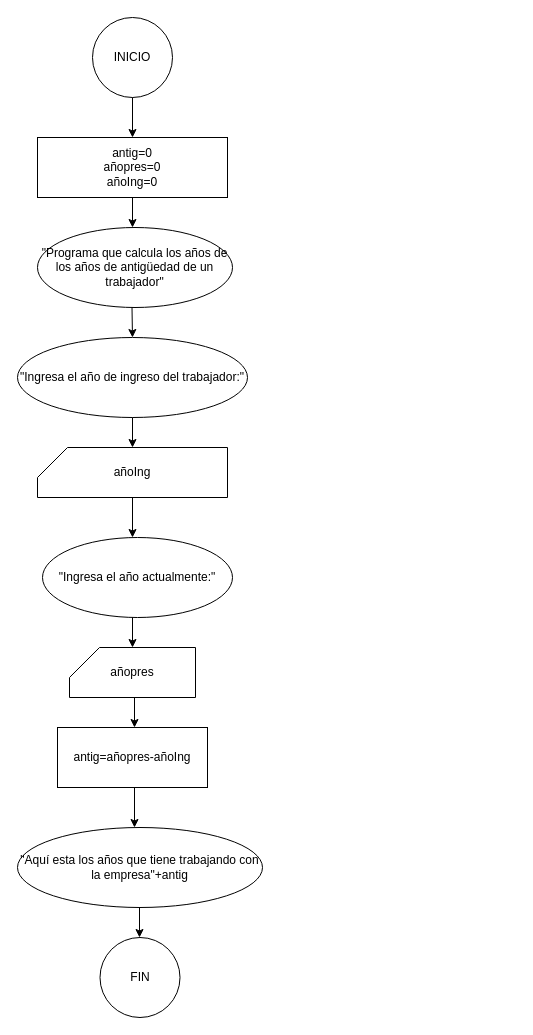
Before: Untitled Diagram.drawio in GhostDopFerB/dwdwd, a draw.io diagram. Source tidied: cells renumbered, new cells numbered last; positions are measured from the earlier drawing's top-left corner, leaving out a move shared by most shapes. Both pictures are drawn from the tidied source at 100%, with x=0, y=0 at pixel (17, 17).
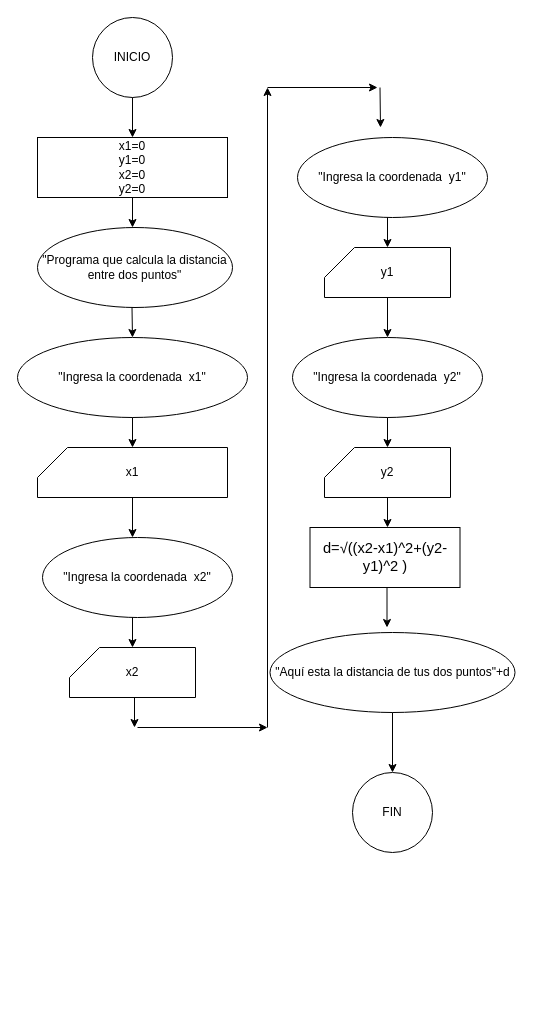
The same diagram, later.

Change to the diagram source:
```diff
@@
-    <mxCell id="4" value="antig=0&lt;br&gt;añopres=0&lt;br&gt;añoIng=0" style="rounded=0;whiteSpace=wrap;html=1;" parent="1" vertex="1">
+    <mxCell id="4" value="x1=0&lt;br&gt;y1=0&lt;br&gt;x2=0&lt;br&gt;y2=0" style="rounded=0;whiteSpace=wrap;html=1;" parent="1" vertex="1">
       <mxGeometry x="20" y="120" width="190" height="60" as="geometry" />
     </mxCell>
@@
-    <mxCell id="6" value="&quot;Programa que calcula los años de los años de antigüedad de un trabajador&quot;" style="ellipse;whiteSpace=wrap;html=1;" parent="1" vertex="1">
+    <mxCell id="6" value="&quot;Programa que calcula la distancia entre dos puntos&quot;" style="ellipse;whiteSpace=wrap;html=1;" parent="1" vertex="1">
       <mxGeometry x="20" y="210" width="195" height="80" as="geometry" />
     </mxCell>
@@
-    <mxCell id="8" value="&quot;Ingresa el año de ingreso del trabajador:&quot;" style="ellipse;whiteSpace=wrap;html=1;" parent="1" vertex="1">
+    <mxCell id="8" value="&quot;Ingresa la coordenada&amp;nbsp; x1&quot;" style="ellipse;whiteSpace=wrap;html=1;" parent="1" vertex="1">
       <mxGeometry y="320" width="230" height="80" as="geometry" />
     </mxCell>
@@
-    <mxCell id="10" value="añoIng" style="shape=card;whiteSpace=wrap;html=1;" parent="1" vertex="1">
+    <mxCell id="10" value="x1" style="shape=card;whiteSpace=wrap;html=1;" parent="1" vertex="1">
       <mxGeometry x="20" y="430" width="190" height="50" as="geometry" />
     </mxCell>
@@
-    <mxCell id="12" value="&quot;Ingresa el año actualmente:&quot;" style="ellipse;whiteSpace=wrap;html=1;" parent="1" vertex="1">
+    <mxCell id="12" value="&quot;Ingresa la coordenada&amp;nbsp; x2&quot;" style="ellipse;whiteSpace=wrap;html=1;" parent="1" vertex="1">
       <mxGeometry x="25" y="520" width="190" height="80" as="geometry" />
     </mxCell>
@@
-    <mxCell id="14" value="añopres" style="shape=card;whiteSpace=wrap;html=1;" parent="1" vertex="1">
+    <mxCell id="14" value="x2" style="shape=card;whiteSpace=wrap;html=1;" parent="1" vertex="1">
       <mxGeometry x="52" y="630" width="126" height="50" as="geometry" />
     </mxCell>
@@
-    <mxCell id="16" value="antig=añopres-añoIng" style="rounded=0;whiteSpace=wrap;html=1;" parent="1" vertex="1">
-      <mxGeometry x="40" y="710" width="150" height="60" as="geometry" />
+    <mxCell id="16" value="&lt;p style=&quot;margin-top: 0pt ; margin-bottom: 0pt ; margin-left: 0in ; text-indent: 0in&quot;&gt;&lt;span style=&quot;font-size: 11pt ; font-family: &amp;#34;calibri&amp;#34;&quot;&gt;d&lt;/span&gt;&lt;span style=&quot;font-size: 11pt ; font-family: &amp;#34;cambria math&amp;#34;&quot;&gt;=&lt;/span&gt;&lt;span style=&quot;font-size: 11pt ; font-family: &amp;#34;cambria math&amp;#34;&quot;&gt;√(&lt;/span&gt;&lt;span style=&quot;font-size: 11pt ; font-family: &amp;#34;calibri&amp;#34;&quot;&gt;(x2-x1)&lt;/span&gt;&lt;span style=&quot;font-size: 11pt ; font-family: &amp;#34;cambria math&amp;#34;&quot;&gt;^&lt;/span&gt;&lt;span style=&quot;font-size: 11pt ; font-family: &amp;#34;cambria math&amp;#34;&quot;&gt;2+&lt;/span&gt;&lt;span style=&quot;font-size: 11pt ; font-family: &amp;#34;calibri&amp;#34;&quot;&gt;(&lt;/span&gt;&lt;span style=&quot;font-size: 11pt ; font-family: &amp;#34;cambria math&amp;#34;&quot;&gt;y&lt;/span&gt;&lt;span style=&quot;font-size: 11pt ; font-family: &amp;#34;calibri&amp;#34;&quot;&gt;2-&lt;/span&gt;&lt;span style=&quot;font-size: 11pt ; font-family: &amp;#34;cambria math&amp;#34;&quot;&gt;y&lt;/span&gt;&lt;span style=&quot;font-size: 11pt ; font-family: &amp;#34;calibri&amp;#34;&quot;&gt;1)^2&lt;/span&gt;&lt;span style=&quot;font-size: 11pt ; font-family: &amp;#34;cambria math&amp;#34;&quot;&gt; )&lt;/span&gt;&lt;/p&gt;" style="rounded=0;whiteSpace=wrap;html=1;" parent="1" vertex="1">
+      <mxGeometry x="292.5" y="510" width="150" height="60" as="geometry" />
     </mxCell>
     <mxCell id="17" style="endArrow=classic;html=1;" parent="1" edge="1">
       <mxGeometry relative="1" as="geometry">
-        <mxPoint x="117" y="770" as="sourcePoint" />
-        <mxPoint x="117" y="810" as="targetPoint" />
+        <mxPoint x="369.5" y="570" as="sourcePoint" />
+        <mxPoint x="369.5" y="610" as="targetPoint" />
       </mxGeometry>
     </mxCell>
-    <mxCell id="18" value="&quot;Aquí esta los años que tiene trabajando con la empresa&quot;+antig" style="ellipse;whiteSpace=wrap;html=1;" parent="1" vertex="1">
-      <mxGeometry y="810" width="245" height="80" as="geometry" />
+    <mxCell id="18" value="&quot;Aquí esta la distancia de tus dos puntos&quot;+d" style="ellipse;whiteSpace=wrap;html=1;" parent="1" vertex="1">
+      <mxGeometry x="252.5" y="615" width="245" height="80" as="geometry" />
     </mxCell>
-    <mxCell id="19" style="endArrow=classic;html=1;" parent="1" edge="1">
-      <mxGeometry relative="1" as="geometry">
-        <mxPoint x="122" y="890" as="sourcePoint" />
-        <mxPoint x="122" y="920" as="targetPoint" />
-      </mxGeometry>
-    </mxCell>
     <mxCell id="20" value="FIN" style="ellipse;whiteSpace=wrap;html=1;" parent="1" vertex="1">
-      <mxGeometry x="82.5" y="920" width="80" height="80" as="geometry" />
+      <mxGeometry x="335" y="755" width="80" height="80" as="geometry" />
     </mxCell>
+    <mxCell id="21" style="endArrow=classic;html=1;" parent="1" edge="1">
+      <mxGeometry relative="1" as="geometry">
+        <mxPoint x="120" y="710" as="sourcePoint" />
+        <mxPoint x="250" y="710" as="targetPoint" />
+      </mxGeometry>
+    </mxCell>
+    <mxCell id="22" style="endArrow=classic;html=1;" parent="1" edge="1">
+      <mxGeometry relative="1" as="geometry">
+        <mxPoint x="250" y="710" as="sourcePoint" />
+        <mxPoint x="250" y="70" as="targetPoint" />
+      </mxGeometry>
+    </mxCell>
+    <mxCell id="23" style="endArrow=classic;html=1;" parent="1" edge="1">
+      <mxGeometry relative="1" as="geometry">
+        <mxPoint x="250" y="70" as="sourcePoint" />
+        <mxPoint x="360" y="70" as="targetPoint" />
+      </mxGeometry>
+    </mxCell>
+    <mxCell id="24" style="endArrow=classic;html=1;" parent="1" edge="1">
+      <mxGeometry relative="1" as="geometry">
+        <mxPoint x="362.5" y="70" as="sourcePoint" />
+        <mxPoint x="363" y="110" as="targetPoint" />
+      </mxGeometry>
+    </mxCell>
+    <mxCell id="25" style="endArrow=classic;html=1;entryX=0.5;entryY=0;entryDx=0;entryDy=0;exitX=0.5;exitY=1;exitDx=0;exitDy=0;" parent="1" edge="1" source="18" target="20">
+      <mxGeometry relative="1" as="geometry" />
+    </mxCell>
+    <mxCell id="26" value="&quot;Ingresa la coordenada&amp;nbsp; y1&quot;" style="ellipse;whiteSpace=wrap;html=1;" parent="1" vertex="1">
+      <mxGeometry x="280" y="120" width="190" height="80" as="geometry" />
+    </mxCell>
+    <mxCell id="27" style="endArrow=classic;html=1;" parent="1" edge="1">
+      <mxGeometry relative="1" as="geometry">
+        <mxPoint x="370" y="200" as="sourcePoint" />
+        <mxPoint x="370" y="230" as="targetPoint" />
+      </mxGeometry>
+    </mxCell>
+    <mxCell id="28" value="y1" style="shape=card;whiteSpace=wrap;html=1;" parent="1" vertex="1">
+      <mxGeometry x="307" y="230" width="126" height="50" as="geometry" />
+    </mxCell>
+    <mxCell id="29" value="&quot;Ingresa la coordenada&amp;nbsp; y2&quot;" style="ellipse;whiteSpace=wrap;html=1;" parent="1" vertex="1">
+      <mxGeometry x="275" y="320" width="190" height="80" as="geometry" />
+    </mxCell>
+    <mxCell id="30" style="endArrow=classic;html=1;" parent="1" edge="1">
+      <mxGeometry relative="1" as="geometry">
+        <mxPoint x="370" y="400" as="sourcePoint" />
+        <mxPoint x="370" y="430" as="targetPoint" />
+      </mxGeometry>
+    </mxCell>
+    <mxCell id="31" value="y2" style="shape=card;whiteSpace=wrap;html=1;" parent="1" vertex="1">
+      <mxGeometry x="307" y="430" width="126" height="50" as="geometry" />
+    </mxCell>
+    <mxCell id="32" style="endArrow=classic;html=1;entryX=0.5;entryY=0;entryDx=0;entryDy=0;" parent="1" edge="1" target="29">
+      <mxGeometry relative="1" as="geometry">
+        <mxPoint x="370" y="280" as="sourcePoint" />
+      </mxGeometry>
+    </mxCell>
+    <mxCell id="33" style="endArrow=classic;html=1;" parent="1" edge="1">
+      <mxGeometry relative="1" as="geometry">
+        <mxPoint x="370" y="480" as="sourcePoint" />
+        <mxPoint x="370" y="510" as="targetPoint" />
+      </mxGeometry>
+    </mxCell>
```
